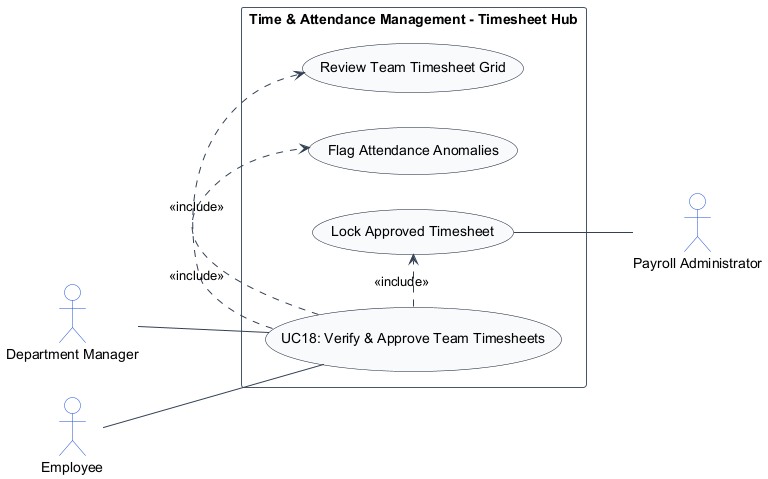
TamBui1706/HRPlatform keeps this PlantUML diagram as usecase_images/UC18.png. Above is the earlier version. The source it was exported from:
```plantuml
@startuml
left to right direction
skinparam shadowing false
skinparam packageStyle rectangle
skinparam actorStyle stickman

skinparam ArrowColor #334155
skinparam ActorBorderColor #1d4ed8
skinparam ActorBackgroundColor #ffffff
skinparam UsecaseBorderColor #0f172a
skinparam UsecaseBackgroundColor #f8fafc
skinparam RectangleBorderColor #475569
skinparam RectangleBackgroundColor #ffffff

actor "Department Manager" as DepartmentManager
actor "Employee" as Employee
actor "Payroll Administrator" as PayrollAdministrator

rectangle "Time & Attendance Management - Timesheet Hub" {
    usecase "UC18: Verify & Approve Team Timesheets" as UC_Main
    usecase "Review Team Timesheet Grid" as UC_ReviewGrid
    usecase "Flag Attendance Anomalies" as UC_FlagAnom
    usecase "Lock Approved Timesheet" as UC_LockGrid

    DepartmentManager -- UC_Main
    Employee -- UC_Main
    UC_Main .> UC_ReviewGrid : <<include>>
    UC_Main .> UC_FlagAnom : <<include>>
    UC_Main .> UC_LockGrid : <<include>>
    UC_LockGrid -- PayrollAdministrator
}
@enduml
```
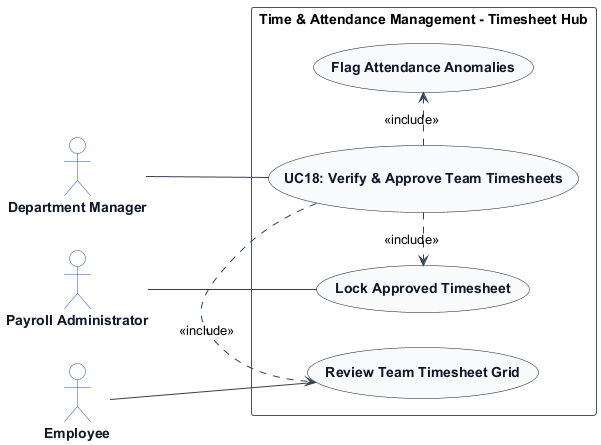
The same diagram one commit later.

Diff of the diagram source:
```diff
@@ -7,14 +7,20 @@
 skinparam ArrowColor #334155
 skinparam ActorBorderColor #1d4ed8
 skinparam ActorBackgroundColor #ffffff
+skinparam ActorFontColor #0f172a
+skinparam ActorFontStyle bold
+
 skinparam UsecaseBorderColor #0f172a
 skinparam UsecaseBackgroundColor #f8fafc
+skinparam UsecaseFontColor #0f172a
+skinparam UsecaseFontStyle bold
+
 skinparam RectangleBorderColor #475569
 skinparam RectangleBackgroundColor #ffffff
 
 actor "Department Manager" as DepartmentManager
+actor "Payroll Administrator" as PayrollAdministrator
 actor "Employee" as Employee
-actor "Payroll Administrator" as PayrollAdministrator
 
 rectangle "Time & Attendance Management - Timesheet Hub" {
     usecase "UC18: Verify & Approve Team Timesheets" as UC_Main
@@ -23,10 +29,10 @@
     usecase "Lock Approved Timesheet" as UC_LockGrid
 
     DepartmentManager -- UC_Main
-    Employee -- UC_Main
+    PayrollAdministrator -- UC_LockGrid
+    Employee -- UC_ReviewGrid
     UC_Main .> UC_ReviewGrid : <<include>>
     UC_Main .> UC_FlagAnom : <<include>>
     UC_Main .> UC_LockGrid : <<include>>
-    UC_LockGrid -- PayrollAdministrator
 }
 @enduml
```
